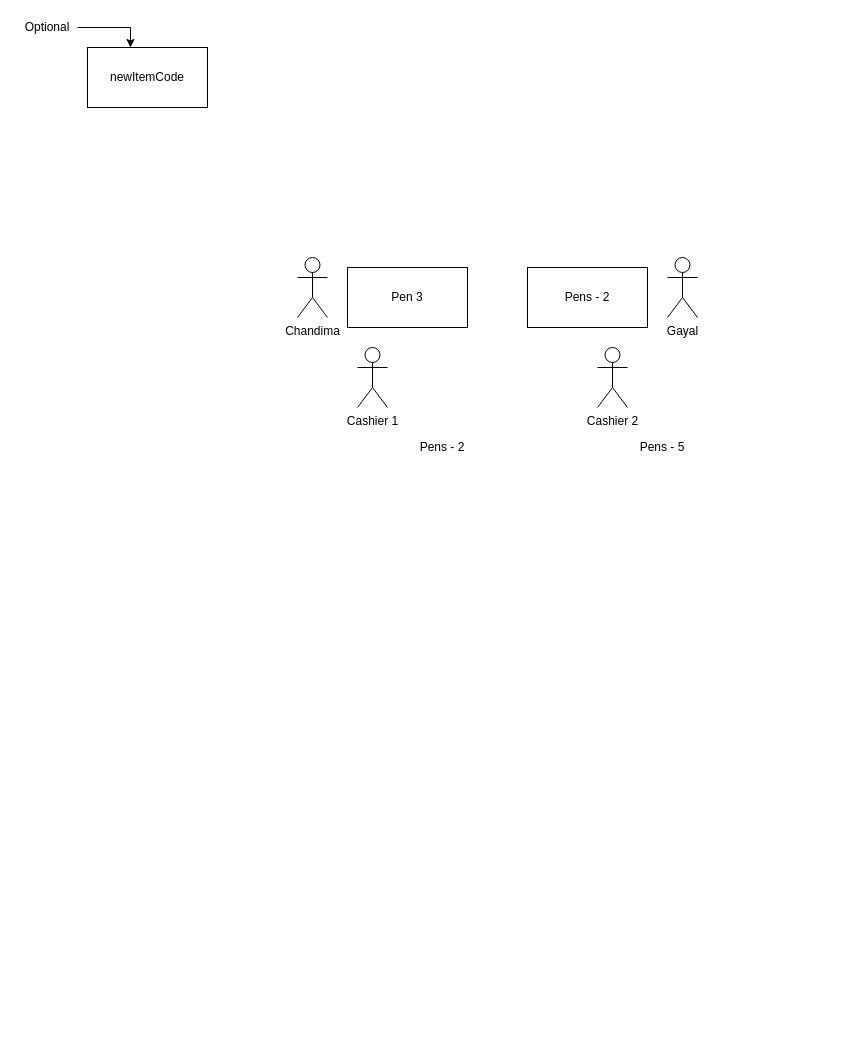
The draw.io diagram assets/misc.drawio in randunuprabash/Java-fx-simple-pos-system, before the edit. Source tidied: cells renumbered, new cells numbered last; positions are measured from the earlier drawing's top-left corner, leaving out a move shared by most shapes. Both pictures are drawn from the tidied source at 100%, with x=0, y=0 at pixel (17, 17).
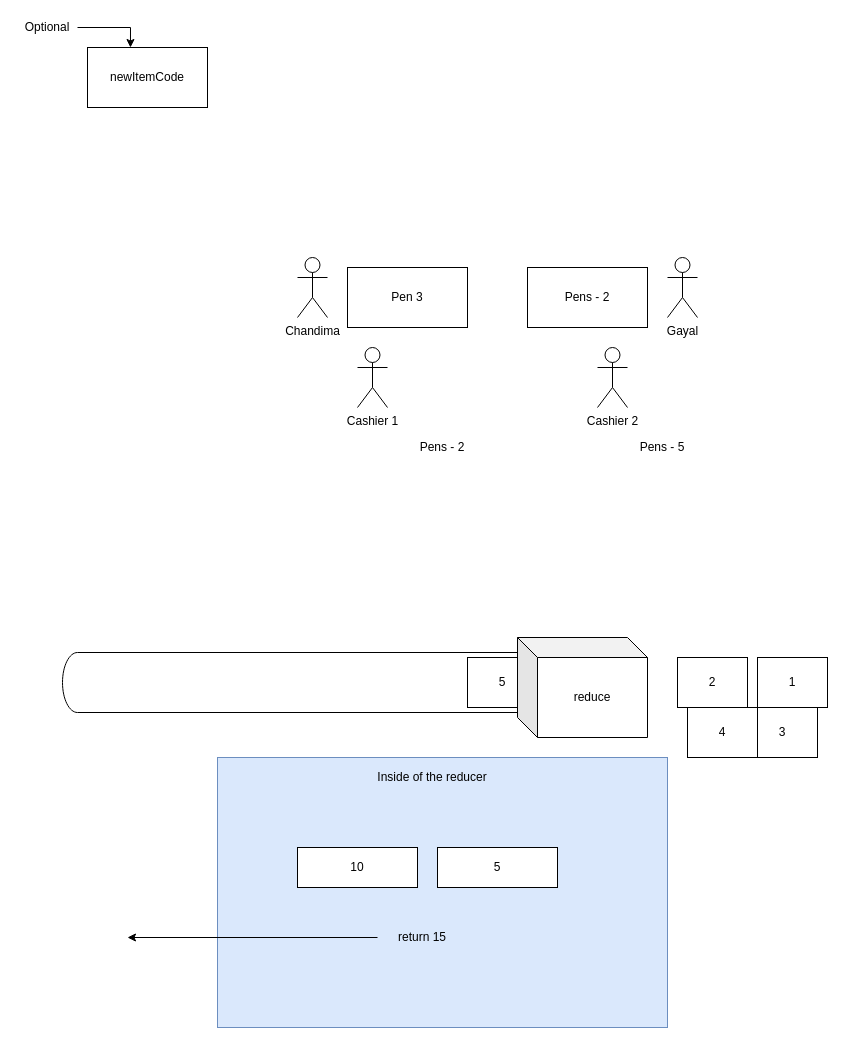
Above is the later version.

The edit, as a diff of the source:
```diff
@@
+    <mxCell id="13" style="rounded=0;whiteSpace=wrap;html=1;fillColor=#dae8fc;strokeColor=#6c8ebf;" parent="1" vertex="1">
+      <mxGeometry x="200" y="740" width="450" height="270" as="geometry" />
+    </mxCell>
@@
+    <mxCell id="14" style="shape=cylinder3;whiteSpace=wrap;html=1;boundedLbl=1;backgroundOutline=1;size=15;rotation=90;" parent="1" vertex="1">
+      <mxGeometry x="260" y="420" width="60" height="490" as="geometry" />
+    </mxCell>
+    <mxCell id="15" value="1" style="rounded=0;whiteSpace=wrap;html=1;" parent="1" vertex="1">
+      <mxGeometry x="740" y="640" width="70" height="50" as="geometry" />
+    </mxCell>
+    <mxCell id="16" value="2" style="rounded=0;whiteSpace=wrap;html=1;" parent="1" vertex="1">
+      <mxGeometry x="660" y="640" width="70" height="50" as="geometry" />
+    </mxCell>
+    <mxCell id="17" value="3" style="rounded=0;whiteSpace=wrap;html=1;" parent="1" vertex="1">
+      <mxGeometry x="730" y="690" width="70" height="50" as="geometry" />
+    </mxCell>
+    <mxCell id="18" value="4" style="rounded=0;whiteSpace=wrap;html=1;" parent="1" vertex="1">
+      <mxGeometry x="670" y="690" width="70" height="50" as="geometry" />
+    </mxCell>
+    <mxCell id="19" value="5" style="rounded=0;whiteSpace=wrap;html=1;" parent="1" vertex="1">
+      <mxGeometry x="450" y="640" width="70" height="50" as="geometry" />
+    </mxCell>
+    <mxCell id="20" value="reduce" style="shape=cube;whiteSpace=wrap;html=1;boundedLbl=1;backgroundOutline=1;darkOpacity=0.05;darkOpacity2=0.1;" parent="1" vertex="1">
+      <mxGeometry x="500" y="620" width="130" height="100" as="geometry" />
+    </mxCell>
+    <mxCell id="21" value="10" style="rounded=0;whiteSpace=wrap;html=1;" parent="1" vertex="1">
+      <mxGeometry x="280" y="830" width="120" height="40" as="geometry" />
+    </mxCell>
+    <mxCell id="22" value="5" style="rounded=0;whiteSpace=wrap;html=1;" parent="1" vertex="1">
+      <mxGeometry x="420" y="830" width="120" height="40" as="geometry" />
+    </mxCell>
+    <mxCell id="23" value="Inside of the reducer" style="text;html=1;strokeColor=none;fillColor=none;align=center;verticalAlign=middle;whiteSpace=wrap;rounded=0;" parent="1" vertex="1">
+      <mxGeometry x="320" y="750" width="190" height="20" as="geometry" />
+    </mxCell>
+    <mxCell id="24" style="edgeStyle=orthogonalEdgeStyle;rounded=0;jettySize=auto;html=1;" parent="1" edge="1" source="25">
+      <mxGeometry relative="1" as="geometry">
+        <mxPoint x="110" y="920" as="targetPoint" />
+      </mxGeometry>
+    </mxCell>
+    <mxCell id="25" value="return 15" style="text;html=1;strokeColor=none;fillColor=none;align=center;verticalAlign=middle;whiteSpace=wrap;rounded=0;" parent="1" vertex="1">
+      <mxGeometry x="360" y="910" width="90" height="20" as="geometry" />
+    </mxCell>
```
